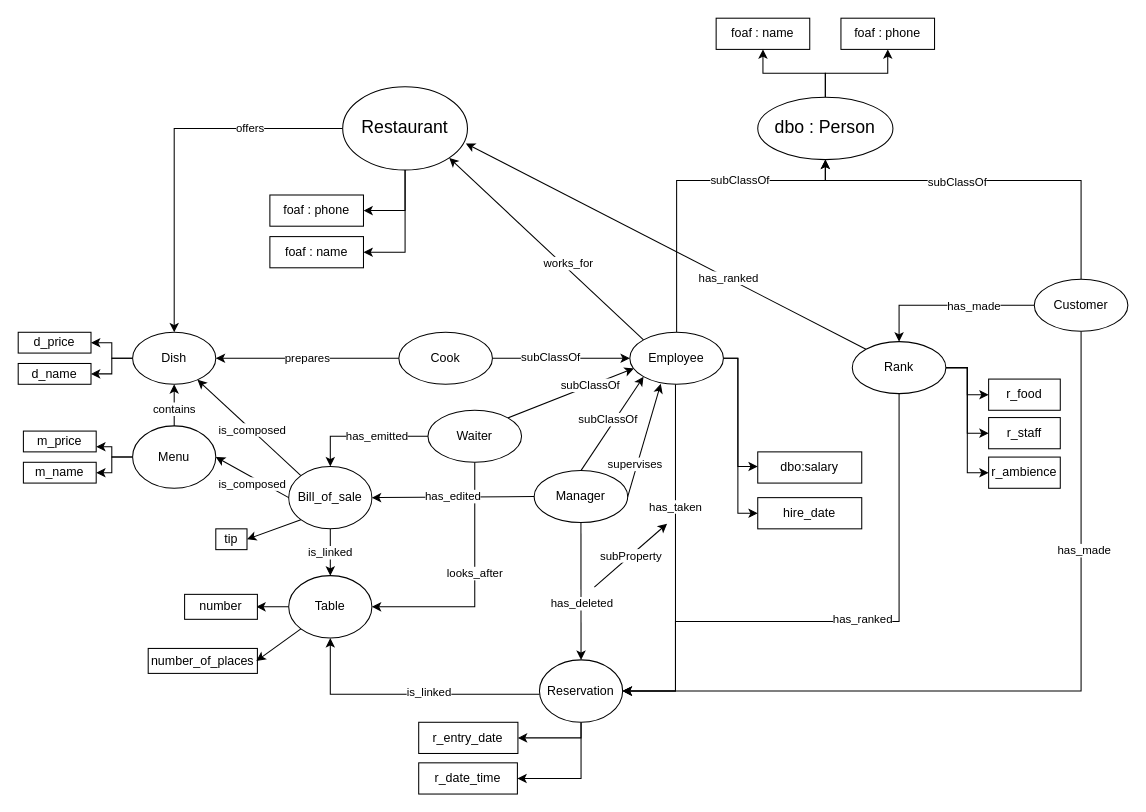
Earlier version of the draw.io diagram schema/schema.dio (CH-KevinDubois/MAS-RAD-4-WEB-Mini-Projet). Source tidied: cells renumbered, new cells numbered last; positions are measured from the earlier drawing's top-left corner, leaving out a move shared by most shapes. Both pictures are drawn from the tidied source at 104%, with x=0, y=0 at pixel (18, 18).
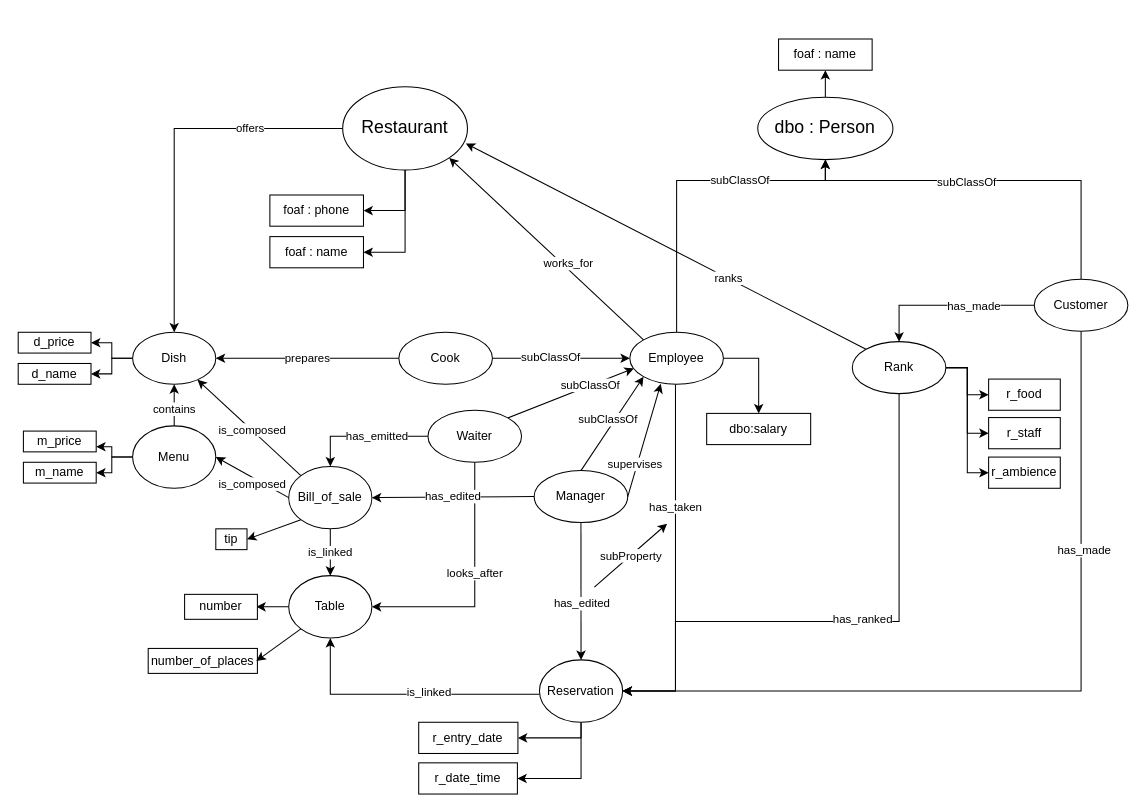
The same diagram, later.

Unchanged cells that the change refers to:
```xml
<mxCell id="8" value="&lt;font style=&quot;font-size: 17px&quot;&gt;dbo : Person&lt;/font&gt;" style="ellipse;whiteSpace=wrap;html=1;" parent="1" vertex="1">
  <mxGeometry x="711.1" y="76" width="130" height="60" as="geometry" />
</mxCell>
<mxCell id="13" value="Employee" style="ellipse;whiteSpace=wrap;html=1;" parent="1" vertex="1">
  <mxGeometry x="588.1" y="302" width="90" height="50" as="geometry" />
</mxCell>
<mxCell id="14" style="edgeStyle=orthogonalEdgeStyle;rounded=0;jettySize=auto;html=1;entryX=0.5;entryY=1;entryDx=0;entryDy=0;" parent="1" edge="1" source="20" target="8">
  <mxGeometry relative="1" as="geometry">
    <Array as="points">
      <mxPoint x="1022" y="276" />
      <mxPoint x="1022" y="156" />
      <mxPoint x="776" y="156" />
    </Array>
  </mxGeometry>
</mxCell>
<mxCell id="52" style="endArrow=classic;html=1;exitX=0.5;exitY=1;exitDx=0;exitDy=0;entryX=0.5;entryY=0;entryDx=0;entryDy=0;" parent="1" edge="1" source="24" target="34">
  <mxGeometry relative="1" as="geometry" />
</mxCell>
<mxCell id="76" style="endArrow=classic;html=1;exitX=0;exitY=0;exitDx=0;exitDy=0;entryX=0.987;entryY=0.68;entryDx=0;entryDy=0;entryPerimeter=0;" parent="1" edge="1" source="85" target="5">
  <mxGeometry relative="1" as="geometry" />
</mxCell>
```

Change to the diagram source:
```diff
@@
-    <mxCell id="7" style="edgeStyle=orthogonalEdgeStyle;rounded=0;jettySize=auto;html=1;entryX=0.5;entryY=1;entryDx=0;entryDy=0;" parent="1" edge="1" source="8" target="63">
-      <mxGeometry relative="1" as="geometry" />
-    </mxCell>
@@
     <mxCell id="10" style="edgeStyle=orthogonalEdgeStyle;rounded=0;jettySize=auto;html=1;" parent="1" edge="1" source="13" target="64">
       <mxGeometry relative="1" as="geometry">
         <Array as="points">
-          <mxPoint x="692" y="327" />
-          <mxPoint x="692" y="431" />
+          <mxPoint x="712" y="327" />
         </Array>
       </mxGeometry>
     </mxCell>
@@
-    <mxCell id="12" style="edgeStyle=orthogonalEdgeStyle;rounded=0;jettySize=auto;html=1;entryX=0;entryY=0.5;entryDx=0;entryDy=0;" parent="1" edge="1" source="13" target="65">
-      <mxGeometry relative="1" as="geometry">
-        <Array as="points">
-          <mxPoint x="692" y="327" />
-          <mxPoint x="692" y="476" />
-        </Array>
-      </mxGeometry>
-    </mxCell>
@@
     <mxCell id="15" value="subClassOf" style="edgeLabel;html=1;align=center;verticalAlign=middle;" parent="14" vertex="1">
       <mxGeometry x="0.2" y="5" relative="1" as="geometry">
-        <mxPoint x="2.8" y="-4" as="offset" />
+        <mxPoint x="11" y="-4" as="offset" />
       </mxGeometry>
     </mxCell>
@@
-    <mxCell id="53" value="has_deleted" style="edgeLabel;html=1;align=center;verticalAlign=middle;rotation=0;" parent="52" vertex="1">
+    <mxCell id="53" value="has_edited" style="edgeLabel;html=1;align=center;verticalAlign=middle;rotation=0;" parent="52" vertex="1">
       <mxGeometry x="-0.49" y="-4" relative="1" as="geometry">
         <mxPoint x="4" y="43.5" as="offset" />
       </mxGeometry>
     </mxCell>
@@
     <mxCell id="62" value="foaf : name" style="rounded=0;whiteSpace=wrap;html=1;" parent="1" vertex="1">
-      <mxGeometry x="671.1" width="90" height="30" as="geometry" />
+      <mxGeometry x="731.1" y="20" width="90" height="30" as="geometry" />
     </mxCell>
-    <mxCell id="63" value="foaf : phone" style="rounded=0;whiteSpace=wrap;html=1;" parent="1" vertex="1">
-      <mxGeometry x="791.1" width="90" height="30" as="geometry" />
-    </mxCell>
     <mxCell id="64" value="dbo:salary" style="rounded=0;whiteSpace=wrap;html=1;" parent="1" vertex="1">
-      <mxGeometry x="711.1" y="417" width="100" height="30" as="geometry" />
+      <mxGeometry x="662" y="380" width="100" height="30" as="geometry" />
     </mxCell>
-    <mxCell id="65" value="hire_date" style="rounded=0;whiteSpace=wrap;html=1;" parent="1" vertex="1">
-      <mxGeometry x="711.1" y="461" width="100" height="30" as="geometry" />
-    </mxCell>
@@
-    <mxCell id="77" value="has_ranked" style="edgeLabel;html=1;align=center;verticalAlign=middle;" parent="76" vertex="1">
+    <mxCell id="77" value="ranks" style="edgeLabel;html=1;align=center;verticalAlign=middle;" parent="76" vertex="1">
       <mxGeometry x="-0.12" y="2" relative="1" as="geometry">
         <mxPoint x="37" y="16.7" as="offset" />
       </mxGeometry>
     </mxCell>
```
